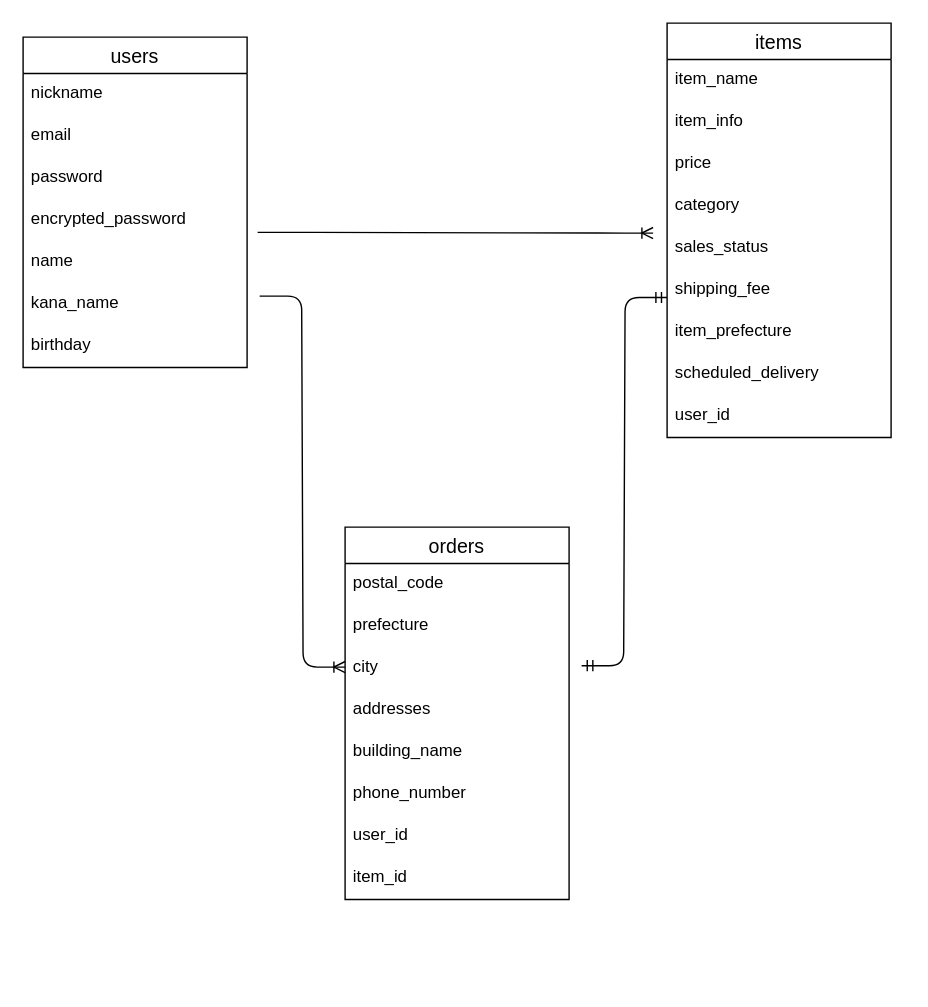
Before: furima.dio in hnmt2022/furima-40099, a draw.io diagram. Source tidied: cells renumbered, new cells numbered last; positions are measured from the earlier drawing's top-left corner, leaving out a move shared by most shapes. Both pictures are drawn from the tidied source at 140%, with x=0, y=0 at pixel (22, 22).
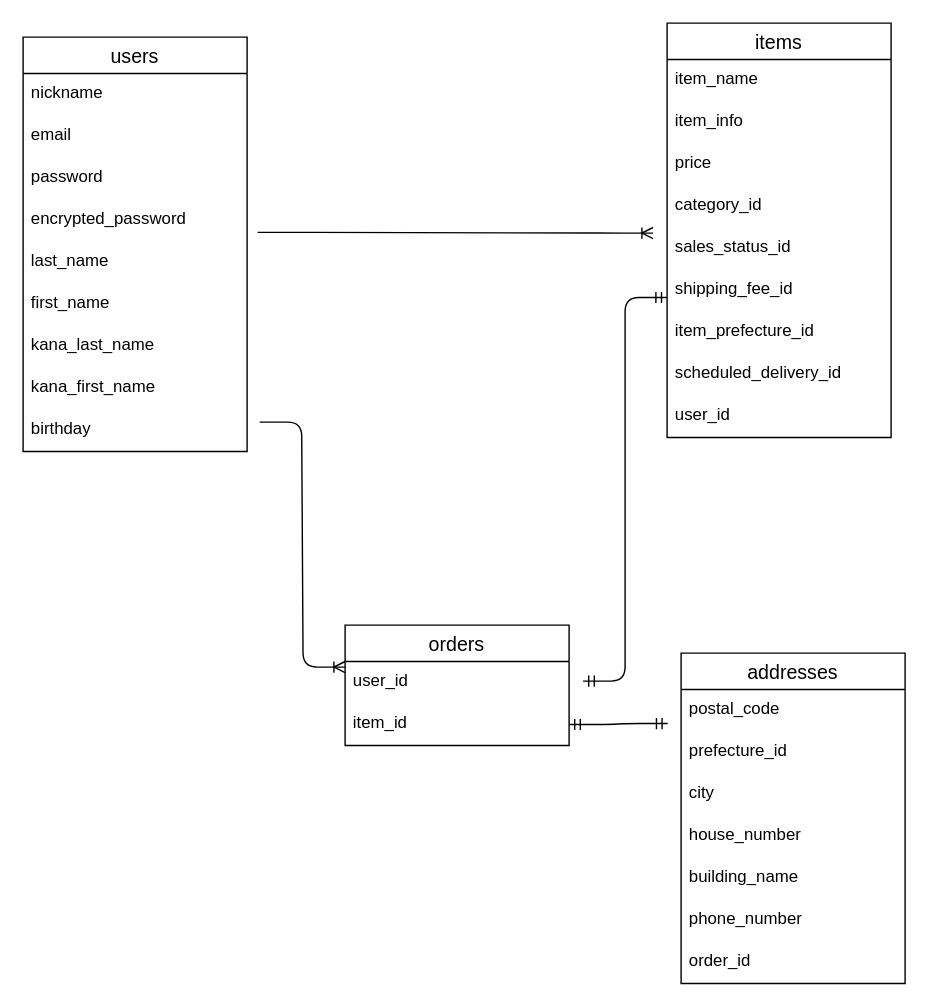
After the change.

Commit message (it also covers changes not shown here):
カラムの修正、addressesテーブルの追加

Unchanged cells that the change refers to:
```xml
<mxCell id="10" value="items" style="swimlane;fontStyle=0;horizontal=1;startSize=26;align=center;fontSize=14;" parent="1" vertex="1">
  <mxGeometry x="460" width="160" height="296" as="geometry" />
</mxCell>
<mxCell id="21" value="postal_code" style="text;strokeColor=none;fillColor=none;spacingLeft=4;spacingRight=4;overflow=hidden;points=[[0,0.5],[1,0.5]];portConstraint=eastwest;fontSize=12;" parent="20" vertex="1">
  <mxGeometry y="26" width="160" height="30" as="geometry" />
</mxCell>
<mxCell id="23" value="city" style="text;strokeColor=none;fillColor=none;spacingLeft=4;spacingRight=4;overflow=hidden;points=[[0,0.5],[1,0.5]];portConstraint=eastwest;fontSize=12;" parent="20" vertex="1">
  <mxGeometry y="86" width="160" height="30" as="geometry" />
</mxCell>
```

What changed in the source:
```diff
@@
     <mxCell id="2" value="users" style="swimlane;fontStyle=0;horizontal=1;startSize=26;align=center;fontSize=14;" parent="1" vertex="1">
-      <mxGeometry y="10" width="160" height="236" as="geometry" />
+      <mxGeometry y="10" width="160" height="296" as="geometry" />
     </mxCell>
@@
+    <mxCell id="32" value="last_name" style="text;strokeColor=none;fillColor=none;spacingLeft=4;spacingRight=4;overflow=hidden;fontSize=12;" parent="2" vertex="1">
+      <mxGeometry y="146" width="160" height="30" as="geometry" />
+    </mxCell>
+    <mxCell id="33" value="first_name" style="text;strokeColor=none;fillColor=none;spacingLeft=4;spacingRight=4;overflow=hidden;fontSize=12;" parent="2" vertex="1">
+      <mxGeometry y="176" width="160" height="30" as="geometry" />
+    </mxCell>
+    <mxCell id="34" value="kana_last_name" style="text;strokeColor=none;fillColor=none;spacingLeft=4;spacingRight=4;overflow=hidden;fontSize=12;" parent="2" vertex="1">
+      <mxGeometry y="206" width="160" height="30" as="geometry" />
+    </mxCell>
-    <mxCell id="7" value="name" style="text;strokeColor=none;fillColor=none;spacingLeft=4;spacingRight=4;overflow=hidden;points=[[0,0.5],[1,0.5]];portConstraint=eastwest;fontSize=12;" parent="2" vertex="1">
-      <mxGeometry y="146" width="160" height="30" as="geometry" />
+    <mxCell id="7" value="kana_first_name" style="text;strokeColor=none;fillColor=none;spacingLeft=4;spacingRight=4;overflow=hidden;points=[[0,0.5],[1,0.5]];portConstraint=eastwest;fontSize=12;" parent="2" vertex="1">
+      <mxGeometry y="236" width="160" height="30" as="geometry" />
     </mxCell>
-    <mxCell id="8" value="kana_name" style="text;strokeColor=none;fillColor=none;spacingLeft=4;spacingRight=4;overflow=hidden;fontSize=12;" parent="2" vertex="1">
-      <mxGeometry y="176" width="160" height="30" as="geometry" />
-    </mxCell>
     <mxCell id="9" value="birthday" style="text;strokeColor=none;fillColor=none;spacingLeft=4;spacingRight=4;overflow=hidden;fontSize=12;" parent="2" vertex="1">
-      <mxGeometry y="206" width="160" height="30" as="geometry" />
+      <mxGeometry y="266" width="160" height="30" as="geometry" />
     </mxCell>
@@
-    <mxCell id="14" value="category" style="text;strokeColor=none;fillColor=none;spacingLeft=4;spacingRight=4;overflow=hidden;fontSize=12;" parent="10" vertex="1">
+    <mxCell id="14" value="category_id" style="text;strokeColor=none;fillColor=none;spacingLeft=4;spacingRight=4;overflow=hidden;fontSize=12;" parent="10" vertex="1">
       <mxGeometry y="116" width="160" height="30" as="geometry" />
     </mxCell>
-    <mxCell id="15" value="sales_status" style="text;strokeColor=none;fillColor=none;spacingLeft=4;spacingRight=4;overflow=hidden;fontSize=12;" parent="10" vertex="1">
+    <mxCell id="15" value="sales_status_id" style="text;strokeColor=none;fillColor=none;spacingLeft=4;spacingRight=4;overflow=hidden;fontSize=12;" parent="10" vertex="1">
       <mxGeometry y="146" width="160" height="30" as="geometry" />
     </mxCell>
-    <mxCell id="16" value="shipping_fee" style="text;strokeColor=none;fillColor=none;spacingLeft=4;spacingRight=4;overflow=hidden;fontSize=12;" parent="10" vertex="1">
+    <mxCell id="16" value="shipping_fee_id" style="text;strokeColor=none;fillColor=none;spacingLeft=4;spacingRight=4;overflow=hidden;fontSize=12;" parent="10" vertex="1">
       <mxGeometry y="176" width="160" height="30" as="geometry" />
     </mxCell>
-    <mxCell id="17" value="item_prefecture" style="text;strokeColor=none;fillColor=none;spacingLeft=4;spacingRight=4;overflow=hidden;fontSize=12;" parent="10" vertex="1">
+    <mxCell id="17" value="item_prefecture_id" style="text;strokeColor=none;fillColor=none;spacingLeft=4;spacingRight=4;overflow=hidden;fontSize=12;" parent="10" vertex="1">
       <mxGeometry y="206" width="160" height="30" as="geometry" />
     </mxCell>
-    <mxCell id="18" value="scheduled_delivery" style="text;strokeColor=none;fillColor=none;spacingLeft=4;spacingRight=4;overflow=hidden;fontSize=12;" parent="10" vertex="1">
+    <mxCell id="18" value="scheduled_delivery_id" style="text;strokeColor=none;fillColor=none;spacingLeft=4;spacingRight=4;overflow=hidden;fontSize=12;" parent="10" vertex="1">
       <mxGeometry y="236" width="160" height="30" as="geometry" />
     </mxCell>
@@
-    <mxCell id="20" value="orders" style="swimlane;fontStyle=0;horizontal=1;startSize=26;align=center;fontSize=14;" parent="1" vertex="1">
-      <mxGeometry x="230" y="360" width="160" height="266" as="geometry" />
+    <mxCell id="20" value="addresses" style="swimlane;fontStyle=0;horizontal=1;startSize=26;align=center;fontSize=14;" parent="1" vertex="1">
+      <mxGeometry x="470" y="450" width="160" height="236" as="geometry" />
     </mxCell>
@@
-    <mxCell id="22" value="prefecture" style="text;strokeColor=none;fillColor=none;spacingLeft=4;spacingRight=4;overflow=hidden;fontSize=12;" parent="20" vertex="1">
+    <mxCell id="22" value="prefecture_id" style="text;strokeColor=none;fillColor=none;spacingLeft=4;spacingRight=4;overflow=hidden;fontSize=12;" parent="20" vertex="1">
       <mxGeometry y="56" width="160" height="30" as="geometry" />
     </mxCell>
@@
-    <mxCell id="24" value="addresses" style="text;strokeColor=none;fillColor=none;spacingLeft=4;spacingRight=4;overflow=hidden;fontSize=12;" parent="20" vertex="1">
+    <mxCell id="24" value="house_number" style="text;strokeColor=none;fillColor=none;spacingLeft=4;spacingRight=4;overflow=hidden;fontSize=12;" parent="20" vertex="1">
       <mxGeometry y="116" width="160" height="30" as="geometry" />
     </mxCell>
@@
-    <mxCell id="27" value="user_id" style="text;strokeColor=none;fillColor=none;spacingLeft=4;spacingRight=4;overflow=hidden;fontSize=12;" parent="20" vertex="1">
+    <mxCell id="27" value="order_id" style="text;strokeColor=none;fillColor=none;spacingLeft=4;spacingRight=4;overflow=hidden;fontSize=12;" parent="20" vertex="1">
       <mxGeometry y="206" width="160" height="30" as="geometry" />
     </mxCell>
-    <mxCell id="28" value="item_id" style="text;strokeColor=none;fillColor=none;spacingLeft=4;spacingRight=4;overflow=hidden;points=[[0,0.5],[1,0.5]];portConstraint=eastwest;fontSize=12;" parent="20" vertex="1">
-      <mxGeometry y="236" width="160" height="30" as="geometry" />
-    </mxCell>
@@
-    <mxCell id="31" style="edgeStyle=entityRelationEdgeStyle;fontSize=12;html=1;endArrow=ERmandOne;startArrow=ERmandOne;exitX=1.056;exitY=0.433;exitDx=0;exitDy=0;exitPerimeter=0;" parent="1" edge="1" source="23">
+    <mxCell id="31" style="edgeStyle=entityRelationEdgeStyle;fontSize=12;html=1;endArrow=ERmandOne;startArrow=ERmandOne;" parent="1" edge="1">
       <mxGeometry relative="1" as="geometry">
+        <mxPoint x="400" y="470" as="sourcePoint" />
         <mxPoint x="460" y="196" as="targetPoint" />
       </mxGeometry>
     </mxCell>
+    <mxCell id="35" value="orders" style="swimlane;fontStyle=0;horizontal=1;startSize=26;align=center;fontSize=14;" parent="1" vertex="1">
+      <mxGeometry x="230" y="430" width="160" height="86" as="geometry" />
+    </mxCell>
+    <mxCell id="36" value="user_id" style="text;strokeColor=none;fillColor=none;spacingLeft=4;spacingRight=4;overflow=hidden;fontSize=12;" parent="35" vertex="1">
+      <mxGeometry y="26" width="160" height="30" as="geometry" />
+    </mxCell>
+    <mxCell id="28" value="item_id" style="text;strokeColor=none;fillColor=none;spacingLeft=4;spacingRight=4;overflow=hidden;points=[[0,0.5],[1,0.5]];portConstraint=eastwest;fontSize=12;" parent="35" vertex="1">
+      <mxGeometry y="56" width="160" height="30" as="geometry" />
+    </mxCell>
+    <mxCell id="37" style="edgeStyle=entityRelationEdgeStyle;fontSize=12;html=1;endArrow=ERmandOne;startArrow=ERmandOne;entryX=-0.06;entryY=0.811;entryDx=0;entryDy=0;entryPerimeter=0;exitX=1;exitY=0.5;exitDx=0;exitDy=0;" parent="1" edge="1" source="28" target="21">
+      <mxGeometry relative="1" as="geometry" />
+    </mxCell>
```
